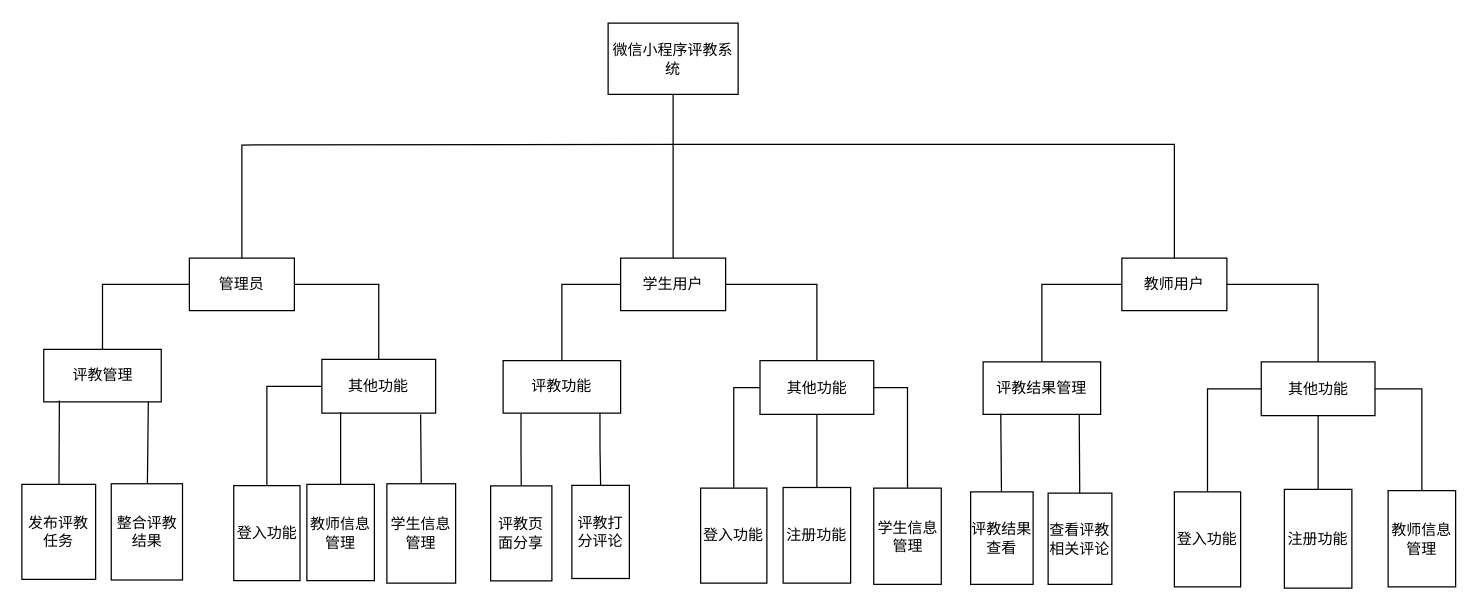
The draw.io diagram page "功能图" (6 of 7) of 未命名绘图.drawio in mao-user/2024code, before the edit. Source tidied: cells renumbered, new cells numbered last; positions are measured from the earlier drawing's top-left corner, leaving out a move shared by most shapes. Both pictures are drawn from the tidied source at 125%, with x=0, y=0 at pixel (21, 22).
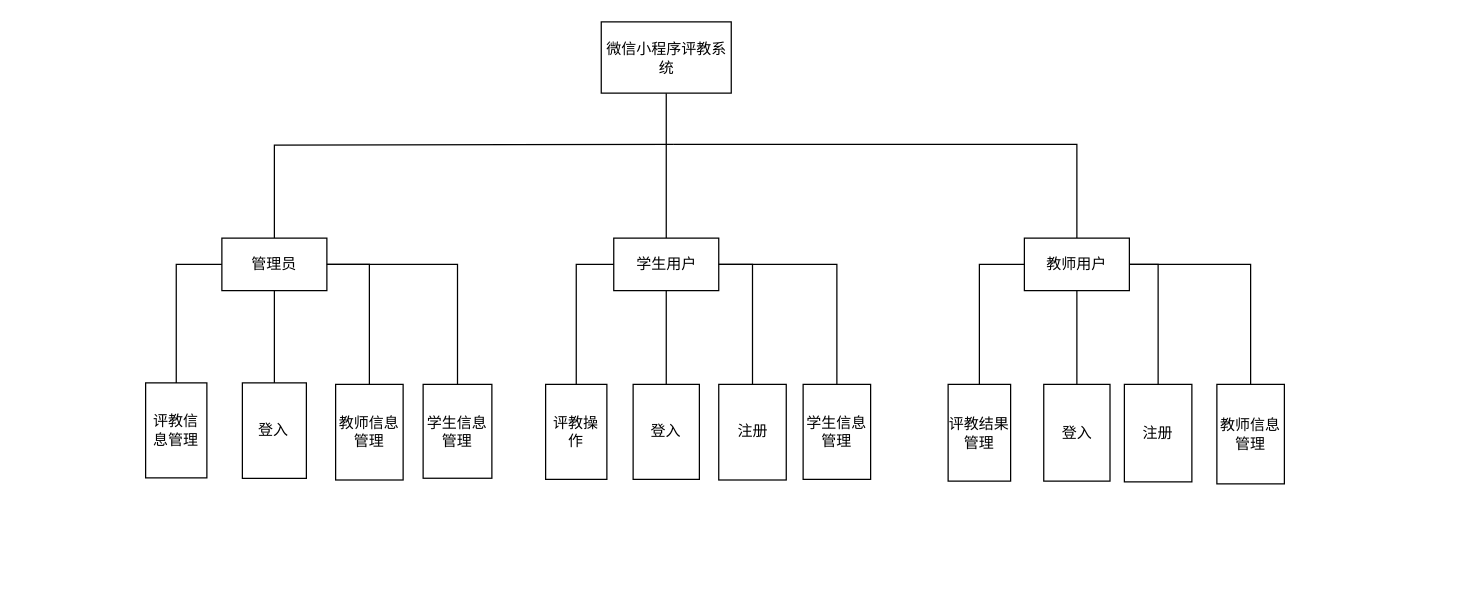
After the change.

Diff of the diagram source:
```diff
@@
     <mxCell id="3" value="微信小程序评教系统" style="rounded=0;whiteSpace=wrap;html=1;" parent="1" vertex="1">
-      <mxGeometry x="469" width="104" height="57" as="geometry" />
+      <mxGeometry x="463.5" y="-1" width="104" height="57" as="geometry" />
     </mxCell>
-    <mxCell id="4" style="edgeStyle=orthogonalEdgeStyle;rounded=0;jettySize=auto;html=1;entryX=0.5;entryY=0;entryDx=0;entryDy=0;fontSize=12;startSize=8;endSize=8;exitX=1;exitY=0.5;exitDx=0;exitDy=0;endArrow=none;startFill=0;" parent="1" edge="1" source="5" target="13">
-      <mxGeometry relative="1" as="geometry" />
-    </mxCell>
     <mxCell id="5" value="学生用户" style="rounded=0;whiteSpace=wrap;html=1;" parent="1" vertex="1">
-      <mxGeometry x="479" y="188" width="84" height="42" as="geometry" />
+      <mxGeometry x="473.5" y="172" width="84" height="42" as="geometry" />
     </mxCell>
-    <mxCell id="6" style="edgeStyle=orthogonalEdgeStyle;rounded=0;jettySize=auto;html=1;exitX=0.152;exitY=1.016;exitDx=0;exitDy=0;entryX=0.5;entryY=0;entryDx=0;entryDy=0;fontSize=12;startSize=8;endSize=8;exitPerimeter=0;endArrow=none;startFill=0;" parent="1" edge="1" source="9" target="14">
+    <mxCell id="6" style="edgeStyle=orthogonalEdgeStyle;rounded=0;jettySize=auto;html=1;exitX=0;exitY=0.5;exitDx=0;exitDy=0;entryX=0.5;entryY=0;entryDx=0;entryDy=0;fontSize=12;startSize=8;endSize=8;endArrow=none;startFill=0;" parent="1" edge="1" source="5" target="14">
       <mxGeometry relative="1" as="geometry" />
     </mxCell>
-    <mxCell id="7" style="edgeStyle=orthogonalEdgeStyle;rounded=0;jettySize=auto;html=1;exitX=0.824;exitY=1;exitDx=0;exitDy=0;entryX=0.5;entryY=0;entryDx=0;entryDy=0;fontSize=12;startSize=8;endSize=8;exitPerimeter=0;endArrow=none;endFill=1;startFill=0;" parent="1" edge="1" source="9" target="15">
-      <mxGeometry relative="1" as="geometry" />
-    </mxCell>
-    <mxCell id="8" style="edgeStyle=orthogonalEdgeStyle;rounded=0;jettySize=auto;html=1;exitX=0.5;exitY=0;exitDx=0;exitDy=0;entryX=0;entryY=0.5;entryDx=0;entryDy=0;fontSize=12;startSize=8;endSize=8;endArrow=none;startFill=0;" parent="1" edge="1" source="9" target="5">
-      <mxGeometry relative="1" as="geometry" />
-    </mxCell>
-    <mxCell id="9" value="评教功能" style="rounded=0;whiteSpace=wrap;html=1;" parent="1" vertex="1">
-      <mxGeometry x="385" y="270" width="94" height="42" as="geometry" />
-    </mxCell>
-    <mxCell id="10" style="edgeStyle=orthogonalEdgeStyle;rounded=0;jettySize=auto;html=1;exitX=0;exitY=0.5;exitDx=0;exitDy=0;entryX=0.5;entryY=0;entryDx=0;entryDy=0;fontSize=12;startSize=8;endSize=8;endArrow=none;startFill=0;" parent="1" edge="1" source="13" target="16">
+    <mxCell id="10" style="edgeStyle=orthogonalEdgeStyle;rounded=0;jettySize=auto;html=1;exitX=0.5;exitY=1;exitDx=0;exitDy=0;entryX=0.5;entryY=0;entryDx=0;entryDy=0;fontSize=12;startSize=8;endSize=8;endArrow=none;startFill=0;" parent="1" edge="1" source="5" target="16">
       <mxGeometry relative="1" as="geometry" />
     </mxCell>
-    <mxCell id="11" style="edgeStyle=none;curved=1;rounded=0;jettySize=auto;html=1;exitX=0.5;exitY=1;exitDx=0;exitDy=0;entryX=0.5;entryY=0;entryDx=0;entryDy=0;fontSize=12;startSize=8;endSize=8;endArrow=none;startFill=0;" parent="1" edge="1" source="13" target="17">
+    <mxCell id="11" style="edgeStyle=orthogonalEdgeStyle;rounded=0;jettySize=auto;html=1;entryX=0.5;entryY=0;entryDx=0;entryDy=0;fontSize=12;startSize=8;endSize=8;endArrow=none;startFill=0;exitX=1;exitY=0.5;exitDx=0;exitDy=0;" parent="1" edge="1" source="5" target="17">
       <mxGeometry relative="1" as="geometry" />
     </mxCell>
-    <mxCell id="12" style="edgeStyle=orthogonalEdgeStyle;rounded=0;jettySize=auto;html=1;exitX=1;exitY=0.5;exitDx=0;exitDy=0;entryX=0.5;entryY=0;entryDx=0;entryDy=0;fontSize=12;startSize=8;endSize=8;endArrow=none;startFill=0;" parent="1" edge="1" source="13" target="18">
+    <mxCell id="12" style="edgeStyle=orthogonalEdgeStyle;rounded=0;jettySize=auto;html=1;exitX=1;exitY=0.5;exitDx=0;exitDy=0;entryX=0.5;entryY=0;entryDx=0;entryDy=0;fontSize=12;startSize=8;endSize=8;endArrow=none;startFill=0;" parent="1" edge="1" source="5" target="18">
       <mxGeometry relative="1" as="geometry" />
     </mxCell>
-    <mxCell id="13" value="其他功能" style="rounded=0;whiteSpace=wrap;html=1;" parent="1" vertex="1">
-      <mxGeometry x="590.5" y="270" width="91" height="43" as="geometry" />
-    </mxCell>
-    <mxCell id="14" value="评教页面分享" style="rounded=0;whiteSpace=wrap;html=1;" parent="1" vertex="1">
-      <mxGeometry x="375" y="370.2" width="49" height="76" as="geometry" />
+    <mxCell id="14" value="评教操作" style="rounded=0;whiteSpace=wrap;html=1;" parent="1" vertex="1">
+      <mxGeometry x="419" y="289" width="49" height="76" as="geometry" />
     </mxCell>
-    <mxCell id="15" value="评教打分评论" style="rounded=0;whiteSpace=wrap;html=1;" parent="1" vertex="1">
-      <mxGeometry x="440" y="369.8" width="46" height="74.5" as="geometry" />
-    </mxCell>
-    <mxCell id="16" value="登入功能" style="rounded=0;whiteSpace=wrap;html=1;" parent="1" vertex="1">
-      <mxGeometry x="543" y="372" width="53" height="76" as="geometry" />
+    <mxCell id="16" value="登入" style="rounded=0;whiteSpace=wrap;html=1;" parent="1" vertex="1">
+      <mxGeometry x="489" y="289" width="53" height="76" as="geometry" />
     </mxCell>
-    <mxCell id="17" value="注册功能" style="rounded=0;whiteSpace=wrap;html=1;" parent="1" vertex="1">
-      <mxGeometry x="609" y="371.5" width="54" height="76.5" as="geometry" />
+    <mxCell id="17" value="注册" style="rounded=0;whiteSpace=wrap;html=1;" parent="1" vertex="1">
+      <mxGeometry x="557.5" y="289" width="54" height="76.5" as="geometry" />
     </mxCell>
     <mxCell id="18" value="学生信息管理" style="rounded=0;whiteSpace=wrap;html=1;" parent="1" vertex="1">
-      <mxGeometry x="681.5" y="372" width="54" height="77" as="geometry" />
+      <mxGeometry x="625" y="289" width="54" height="76" as="geometry" />
     </mxCell>
-    <mxCell id="19" style="edgeStyle=orthogonalEdgeStyle;rounded=0;jettySize=auto;html=1;fontSize=12;startSize=8;endSize=8;endArrow=none;endFill=1;startFill=0;" parent="1" edge="1" target="22">
+    <mxCell id="19" style="edgeStyle=orthogonalEdgeStyle;rounded=0;jettySize=auto;html=1;fontSize=12;startSize=8;endSize=8;endArrow=none;endFill=1;startFill=0;entryX=0.5;entryY=0;entryDx=0;entryDy=0;" parent="1" edge="1" target="22">
       <mxGeometry relative="1" as="geometry">
         <mxPoint x="521" y="97" as="sourcePoint" />
         <Array as="points">
-          <mxPoint x="922" y="97" />
+          <mxPoint x="844" y="97" />
         </Array>
       </mxGeometry>
     </mxCell>
-    <mxCell id="20" style="edgeStyle=orthogonalEdgeStyle;rounded=0;jettySize=auto;html=1;entryX=0.5;entryY=0;entryDx=0;entryDy=0;fontSize=12;startSize=8;endSize=8;endArrow=none;startFill=0;" parent="1" edge="1" source="22" target="23">
-      <mxGeometry relative="1" as="geometry" />
-    </mxCell>
-    <mxCell id="21" style="edgeStyle=orthogonalEdgeStyle;rounded=0;jettySize=auto;html=1;entryX=0.5;entryY=0;entryDx=0;entryDy=0;fontSize=12;startSize=8;endSize=8;exitX=1;exitY=0.5;exitDx=0;exitDy=0;endArrow=none;startFill=0;" parent="1" edge="1" source="22" target="27">
-      <mxGeometry relative="1" as="geometry" />
-    </mxCell>
+    <mxCell id="52" style="edgeStyle=orthogonalEdgeStyle;rounded=0;jettySize=auto;html=1;exitX=0.5;exitY=1;exitDx=0;exitDy=0;entryX=0.5;entryY=0;entryDx=0;entryDy=0;endArrow=none;startFill=0;" parent="1" edge="1" source="22" target="30">
+      <mxGeometry relative="1" as="geometry" />
+    </mxCell>
+    <mxCell id="53" style="edgeStyle=orthogonalEdgeStyle;rounded=0;jettySize=auto;html=1;exitX=1;exitY=0.5;exitDx=0;exitDy=0;entryX=0.5;entryY=0;entryDx=0;entryDy=0;endArrow=none;startFill=0;" parent="1" edge="1" source="22" target="31">
+      <mxGeometry relative="1" as="geometry" />
+    </mxCell>
+    <mxCell id="54" style="edgeStyle=orthogonalEdgeStyle;rounded=0;jettySize=auto;html=1;exitX=1;exitY=0.5;exitDx=0;exitDy=0;entryX=0.5;entryY=0;entryDx=0;entryDy=0;endArrow=none;startFill=0;" parent="1" edge="1" source="22" target="32">
+      <mxGeometry relative="1" as="geometry" />
+    </mxCell>
     <mxCell id="22" value="教师用户" style="rounded=0;whiteSpace=wrap;html=1;" parent="1" vertex="1">
-      <mxGeometry x="880" y="188" width="84" height="42" as="geometry" />
+      <mxGeometry x="802" y="172" width="84" height="42" as="geometry" />
     </mxCell>
-    <mxCell id="23" value="评教结果管理" style="rounded=0;whiteSpace=wrap;html=1;" parent="1" vertex="1">
-      <mxGeometry x="769" y="271" width="94" height="42" as="geometry" />
-    </mxCell>
-    <mxCell id="24" style="edgeStyle=orthogonalEdgeStyle;rounded=0;jettySize=auto;html=1;exitX=0;exitY=0.5;exitDx=0;exitDy=0;entryX=0.5;entryY=0;entryDx=0;entryDy=0;fontSize=12;startSize=8;endSize=8;endArrow=none;startFill=0;" parent="1" edge="1" source="27" target="30">
-      <mxGeometry relative="1" as="geometry" />
-    </mxCell>
-    <mxCell id="25" style="edgeStyle=none;curved=1;rounded=0;jettySize=auto;html=1;exitX=0.5;exitY=1;exitDx=0;exitDy=0;entryX=0.5;entryY=0;entryDx=0;entryDy=0;fontSize=12;startSize=8;endSize=8;endArrow=none;startFill=0;" parent="1" edge="1" source="27" target="31">
-      <mxGeometry relative="1" as="geometry" />
-    </mxCell>
-    <mxCell id="26" style="edgeStyle=orthogonalEdgeStyle;rounded=0;jettySize=auto;html=1;exitX=1;exitY=0.5;exitDx=0;exitDy=0;entryX=0.5;entryY=0;entryDx=0;entryDy=0;fontSize=12;startSize=8;endSize=8;endArrow=none;startFill=0;" parent="1" edge="1" source="27" target="32">
-      <mxGeometry relative="1" as="geometry" />
-    </mxCell>
-    <mxCell id="27" value="其他功能" style="rounded=0;whiteSpace=wrap;html=1;" parent="1" vertex="1">
-      <mxGeometry x="991.5" y="271" width="91" height="43" as="geometry" />
-    </mxCell>
-    <mxCell id="28" value="评教结果查看" style="rounded=0;whiteSpace=wrap;html=1;" parent="1" vertex="1">
-      <mxGeometry x="759" y="375" width="50" height="74" as="geometry" />
+    <mxCell id="28" value="评教结果管理" style="rounded=0;whiteSpace=wrap;html=1;" parent="1" vertex="1">
+      <mxGeometry x="741" y="289" width="50" height="77.4" as="geometry" />
     </mxCell>
-    <mxCell id="29" value="查看评教相关评论" style="rounded=0;whiteSpace=wrap;html=1;" parent="1" vertex="1">
-      <mxGeometry x="821" y="376" width="51" height="73" as="geometry" />
-    </mxCell>
-    <mxCell id="30" value="登入功能" style="rounded=0;whiteSpace=wrap;html=1;" parent="1" vertex="1">
-      <mxGeometry x="922" y="375" width="53" height="76" as="geometry" />
+    <mxCell id="30" value="登入" style="rounded=0;whiteSpace=wrap;html=1;" parent="1" vertex="1">
+      <mxGeometry x="817.5" y="289" width="53" height="77.4" as="geometry" />
     </mxCell>
-    <mxCell id="31" value="注册功能" style="rounded=0;whiteSpace=wrap;html=1;" parent="1" vertex="1">
-      <mxGeometry x="1010" y="373" width="54" height="79" as="geometry" />
+    <mxCell id="31" value="注册" style="rounded=0;whiteSpace=wrap;html=1;" parent="1" vertex="1">
+      <mxGeometry x="882" y="289" width="54" height="78" as="geometry" />
     </mxCell>
     <mxCell id="32" value="教师信息管理" style="rounded=0;whiteSpace=wrap;html=1;" parent="1" vertex="1">
-      <mxGeometry x="1093" y="374" width="54" height="77" as="geometry" />
+      <mxGeometry x="956" y="289" width="54" height="79.6" as="geometry" />
     </mxCell>
-    <mxCell id="33" style="edgeStyle=none;rounded=0;jettySize=auto;html=1;entryX=0.15;entryY=0.989;entryDx=0;entryDy=0;entryPerimeter=0;endArrow=none;startFill=0;" parent="1" edge="1" source="28" target="23">
+    <mxCell id="33" style="edgeStyle=orthogonalEdgeStyle;rounded=0;jettySize=auto;html=1;entryX=0;entryY=0.5;entryDx=0;entryDy=0;endArrow=none;startFill=0;exitX=0.5;exitY=0;exitDx=0;exitDy=0;" parent="1" edge="1" source="28" target="22">
       <mxGeometry relative="1" as="geometry" />
     </mxCell>
-    <mxCell id="34" style="edgeStyle=none;rounded=0;jettySize=auto;html=1;entryX=0.818;entryY=1.002;entryDx=0;entryDy=0;entryPerimeter=0;endArrow=none;startFill=0;" parent="1" edge="1" source="29" target="23">
-      <mxGeometry relative="1" as="geometry" />
-    </mxCell>
@@
-    <mxCell id="36" style="edgeStyle=orthogonalEdgeStyle;rounded=0;jettySize=auto;html=1;entryX=0.5;entryY=0;entryDx=0;entryDy=0;fontSize=12;startSize=8;endSize=8;endArrow=none;startFill=0;" parent="1" edge="1" source="38" target="39">
-      <mxGeometry relative="1" as="geometry" />
-    </mxCell>
-    <mxCell id="37" style="edgeStyle=orthogonalEdgeStyle;rounded=0;jettySize=auto;html=1;entryX=0.5;entryY=0;entryDx=0;entryDy=0;fontSize=12;startSize=8;endSize=8;exitX=1;exitY=0.5;exitDx=0;exitDy=0;endArrow=none;startFill=0;" parent="1" edge="1" source="38" target="41">
-      <mxGeometry relative="1" as="geometry" />
-    </mxCell>
     <mxCell id="38" value="管理员" style="rounded=0;whiteSpace=wrap;html=1;" parent="1" vertex="1">
-      <mxGeometry x="134" y="188" width="84" height="42" as="geometry" />
+      <mxGeometry x="160" y="172" width="84" height="42" as="geometry" />
     </mxCell>
-    <mxCell id="39" value="评教管理" style="rounded=0;whiteSpace=wrap;html=1;" parent="1" vertex="1">
-      <mxGeometry x="17.5" y="261" width="94" height="42" as="geometry" />
-    </mxCell>
-    <mxCell id="40" style="edgeStyle=orthogonalEdgeStyle;rounded=0;jettySize=auto;html=1;exitX=0;exitY=0.5;exitDx=0;exitDy=0;entryX=0.5;entryY=0;entryDx=0;entryDy=0;fontSize=12;startSize=8;endSize=8;endArrow=none;startFill=0;" parent="1" edge="1" source="41" target="44">
+    <mxCell id="40" style="edgeStyle=orthogonalEdgeStyle;rounded=0;jettySize=auto;html=1;exitX=0.5;exitY=1;exitDx=0;exitDy=0;entryX=0.5;entryY=0;entryDx=0;entryDy=0;fontSize=12;startSize=8;endSize=8;endArrow=none;startFill=0;" parent="1" edge="1" source="38" target="44">
       <mxGeometry relative="1" as="geometry" />
     </mxCell>
-    <mxCell id="41" value="其他功能" style="rounded=0;whiteSpace=wrap;html=1;" parent="1" vertex="1">
-      <mxGeometry x="240" y="269" width="91" height="43" as="geometry" />
-    </mxCell>
-    <mxCell id="42" value="发布评教任务" style="rounded=0;whiteSpace=wrap;html=1;" parent="1" vertex="1">
-      <mxGeometry y="369" width="59" height="76" as="geometry" />
+    <mxCell id="42" value="评教信息管理" style="rounded=0;whiteSpace=wrap;html=1;" parent="1" vertex="1">
+      <mxGeometry x="99" y="287.8" width="49" height="76" as="geometry" />
     </mxCell>
-    <mxCell id="43" value="整合评教结果" style="rounded=0;whiteSpace=wrap;html=1;" parent="1" vertex="1">
-      <mxGeometry x="71.5" y="368.5" width="57" height="77" as="geometry" />
-    </mxCell>
-    <mxCell id="44" value="登入功能" style="rounded=0;whiteSpace=wrap;html=1;" parent="1" vertex="1">
-      <mxGeometry x="169.5" y="370" width="53" height="76" as="geometry" />
+    <mxCell id="44" value="登入" style="rounded=0;whiteSpace=wrap;html=1;" parent="1" vertex="1">
+      <mxGeometry x="176.4" y="287.8" width="51.2" height="76.4" as="geometry" />
     </mxCell>
-    <mxCell id="45" style="edgeStyle=none;curved=1;rounded=0;jettySize=auto;html=1;exitX=0.5;exitY=0;exitDx=0;exitDy=0;fontSize=12;startSize=8;endSize=8;endArrow=none;startFill=0;" parent="1" edge="1" source="46">
-      <mxGeometry relative="1" as="geometry">
-        <mxPoint x="255" y="311" as="targetPoint" />
-      </mxGeometry>
+    <mxCell id="45" style="edgeStyle=orthogonalEdgeStyle;rounded=0;jettySize=auto;html=1;exitX=0.5;exitY=0;exitDx=0;exitDy=0;fontSize=12;startSize=8;endSize=8;endArrow=none;startFill=0;entryX=1;entryY=0.5;entryDx=0;entryDy=0;" parent="1" edge="1" source="46" target="38">
+      <mxGeometry relative="1" as="geometry" />
     </mxCell>
     <mxCell id="46" value="教师信息管理" style="rounded=0;whiteSpace=wrap;html=1;" parent="1" vertex="1">
-      <mxGeometry x="228" y="369" width="54" height="77" as="geometry" />
+      <mxGeometry x="251" y="289" width="54" height="76.5" as="geometry" />
     </mxCell>
@@
-    <mxCell id="48" style="edgeStyle=none;curved=1;rounded=0;jettySize=auto;html=1;exitX=0.5;exitY=0;exitDx=0;exitDy=0;fontSize=12;startSize=8;endSize=8;endArrow=none;startFill=0;" parent="1" edge="1" source="49">
-      <mxGeometry relative="1" as="geometry">
-        <mxPoint x="319" y="313" as="targetPoint" />
-      </mxGeometry>
+    <mxCell id="48" style="edgeStyle=orthogonalEdgeStyle;rounded=0;jettySize=auto;html=1;exitX=0.5;exitY=0;exitDx=0;exitDy=0;fontSize=12;startSize=8;endSize=8;endArrow=none;startFill=0;entryX=1;entryY=0.5;entryDx=0;entryDy=0;" parent="1" edge="1" source="49" target="38">
+      <mxGeometry relative="1" as="geometry" />
     </mxCell>
     <mxCell id="49" value="学生信息管理" style="rounded=0;whiteSpace=wrap;html=1;" parent="1" vertex="1">
-      <mxGeometry x="292" y="368.5" width="55" height="79.5" as="geometry" />
+      <mxGeometry x="321" y="289" width="55" height="75.1" as="geometry" />
     </mxCell>
-    <mxCell id="50" style="edgeStyle=none;rounded=0;jettySize=auto;html=1;entryX=0.133;entryY=0.972;entryDx=0;entryDy=0;entryPerimeter=0;endArrow=none;startFill=0;" parent="1" edge="1" source="42" target="39">
+    <mxCell id="50" style="edgeStyle=orthogonalEdgeStyle;rounded=0;jettySize=auto;html=1;entryX=0;entryY=0.5;entryDx=0;entryDy=0;endArrow=none;startFill=0;exitX=0.5;exitY=0;exitDx=0;exitDy=0;" parent="1" edge="1" source="42" target="38">
       <mxGeometry relative="1" as="geometry" />
     </mxCell>
-    <mxCell id="51" style="edgeStyle=none;rounded=0;jettySize=auto;html=1;entryX=0.89;entryY=0.997;entryDx=0;entryDy=0;entryPerimeter=0;endArrow=none;startFill=0;" parent="1" edge="1" source="43" target="39">
-      <mxGeometry relative="1" as="geometry" />
-    </mxCell>
```
